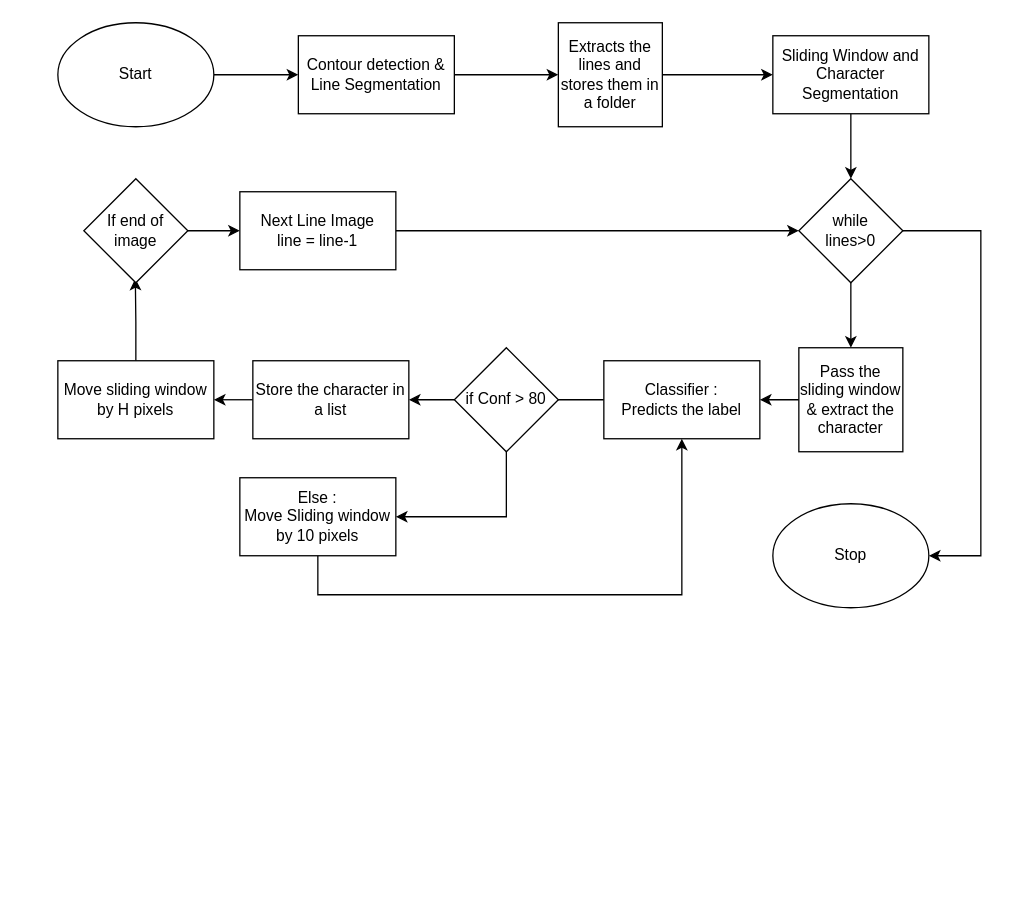
Above: Reference/Sharada Pipeline.drawio in sud0x00/SharadaProject-Documentation (draw.io), before the change. Source tidied: cells renumbered, new cells numbered last; positions are measured from the earlier drawing's top-left corner, leaving out a move shared by most shapes. Both pictures are drawn from the tidied source at 130%, with x=0, y=0 at pixel (57, 22).
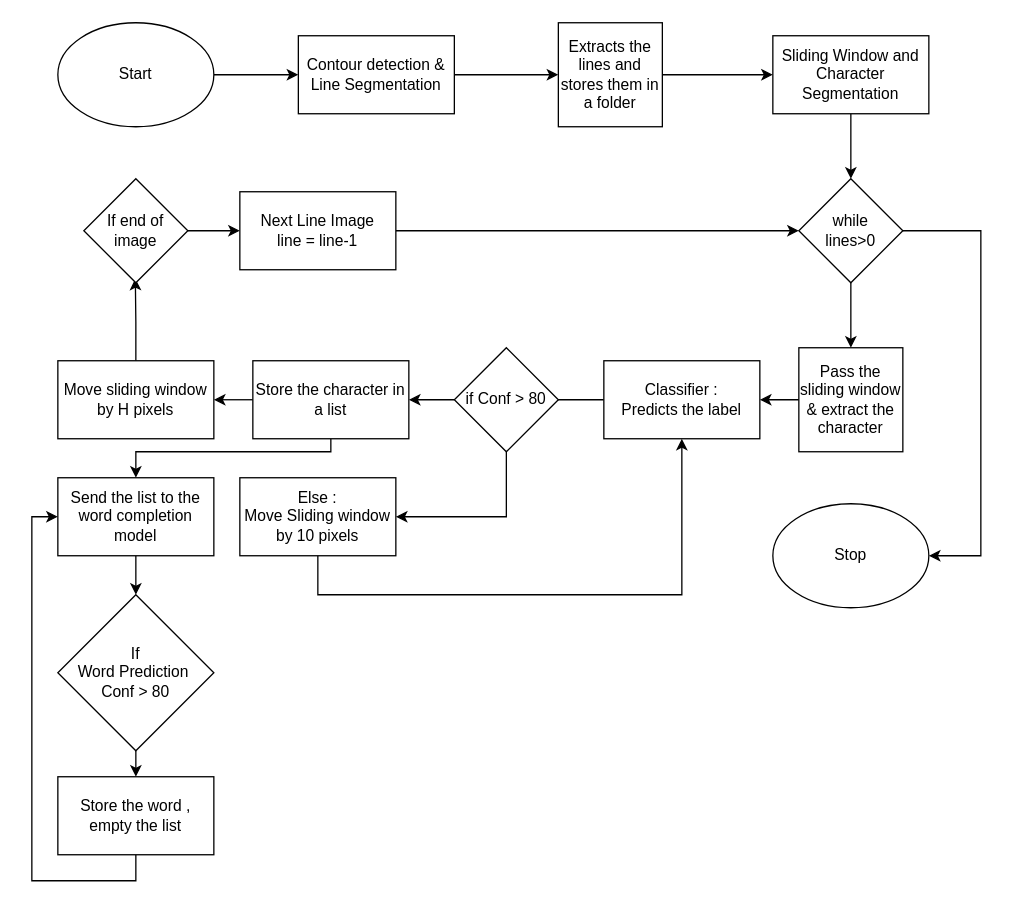
Above is the later version.

The change refers to these unchanged cells:
```xml
<mxCell id="19" value="Store the character in a list" style="rounded=0;whiteSpace=wrap;html=1;" parent="1" vertex="1">
  <mxGeometry x="150" y="260" width="120" height="60" as="geometry" />
</mxCell>
```

The edit, as a diff of the source:
```diff
@@
+    <mxCell id="31" style="edgeStyle=orthogonalEdgeStyle;rounded=0;jettySize=auto;html=1;exitX=0.5;exitY=1;exitDx=0;exitDy=0;entryX=0.5;entryY=0;entryDx=0;entryDy=0;" parent="1" edge="1" source="19" target="33">
+      <mxGeometry relative="1" as="geometry">
+        <Array as="points">
+          <mxPoint x="210" y="330" />
+          <mxPoint x="60" y="330" />
+        </Array>
+      </mxGeometry>
+    </mxCell>
@@
+    <mxCell id="32" style="edgeStyle=orthogonalEdgeStyle;rounded=0;jettySize=auto;html=1;exitX=0.5;exitY=1;exitDx=0;exitDy=0;entryX=0.5;entryY=0;entryDx=0;entryDy=0;" parent="1" edge="1" source="33" target="37">
+      <mxGeometry relative="1" as="geometry" />
+    </mxCell>
+    <mxCell id="33" value="Send the list to the word completion model" style="rounded=0;whiteSpace=wrap;html=1;" parent="1" vertex="1">
+      <mxGeometry y="350" width="120" height="60" as="geometry" />
+    </mxCell>
+    <mxCell id="34" style="edgeStyle=orthogonalEdgeStyle;rounded=0;jettySize=auto;html=1;exitX=0.5;exitY=1;exitDx=0;exitDy=0;entryX=0;entryY=0.5;entryDx=0;entryDy=0;" parent="1" edge="1" source="35" target="33">
+      <mxGeometry relative="1" as="geometry" />
+    </mxCell>
+    <mxCell id="35" value="Store the word , empty the list" style="rounded=0;whiteSpace=wrap;html=1;" parent="1" vertex="1">
+      <mxGeometry y="580" width="120" height="60" as="geometry" />
+    </mxCell>
+    <mxCell id="36" style="edgeStyle=orthogonalEdgeStyle;rounded=0;jettySize=auto;html=1;exitX=0.5;exitY=1;exitDx=0;exitDy=0;entryX=0.5;entryY=0;entryDx=0;entryDy=0;" parent="1" edge="1" source="37" target="35">
+      <mxGeometry relative="1" as="geometry" />
+    </mxCell>
+    <mxCell id="37" value="If&lt;br&gt;&lt;div&gt;Word Prediction&amp;nbsp;&lt;/div&gt;&lt;div&gt;Conf &amp;gt; 80 &lt;br&gt;&lt;/div&gt;" style="rhombus;whiteSpace=wrap;html=1;" parent="1" vertex="1">
+      <mxGeometry y="440" width="120" height="120" as="geometry" />
+    </mxCell>
```
